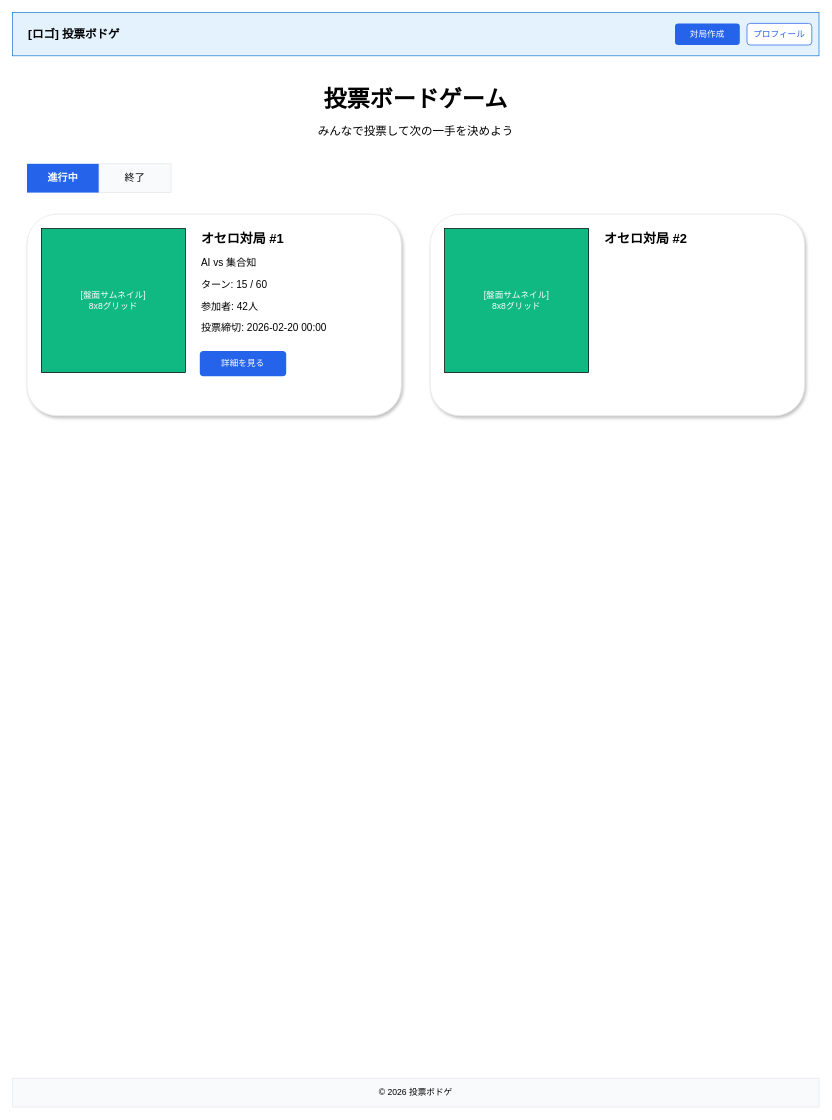
Before: docs/wireframes/01-top-page.drawio in satoshi256kbyte/vote-board-game, a draw.io diagram. Source tidied: cells renumbered, new cells numbered last; positions are measured from the earlier drawing's top-left corner, leaving out a move shared by most shapes. Both pictures are drawn from the tidied source at 72%, with x=0, y=0 at pixel (12, 12).
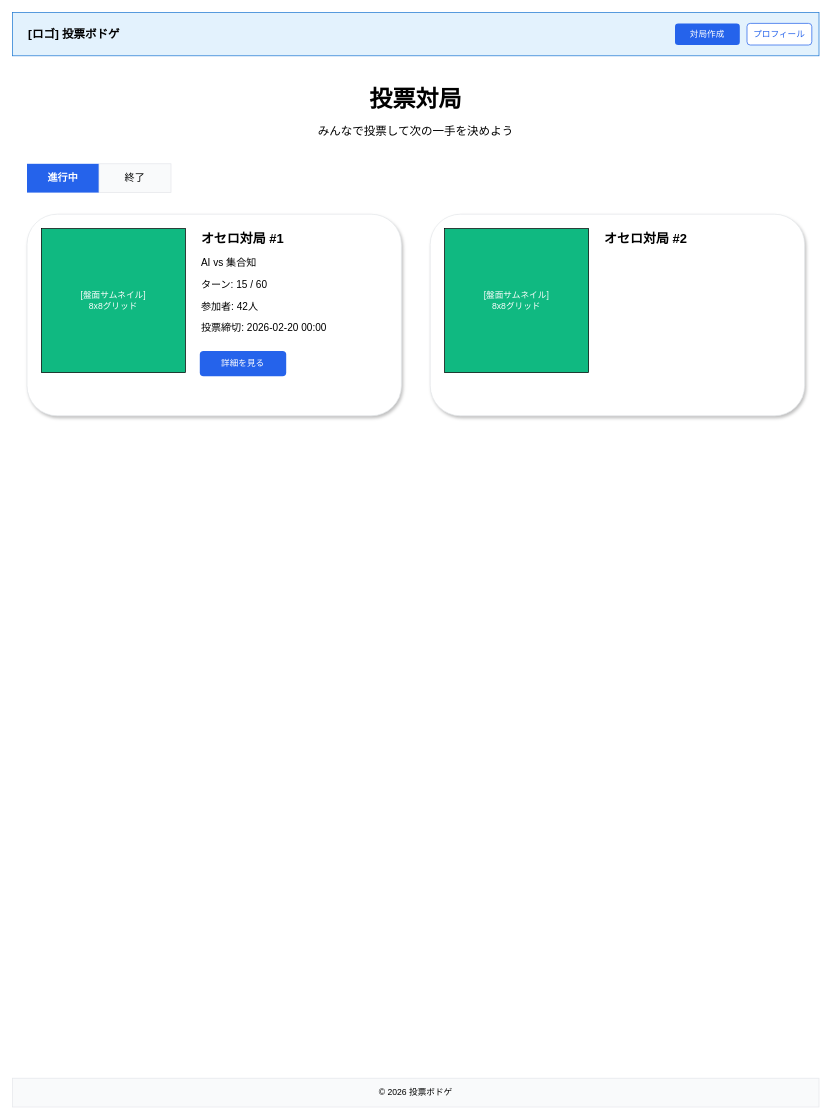
The same page after the edit.

What changed in the source:
```diff
@@
-    <mxCell id="6" value="投票ボードゲーム" style="text;html=1;strokeColor=none;fillColor=none;align=center;verticalAlign=middle;whiteSpace=wrap;rounded=0;fontSize=32;fontStyle=1;" parent="1" vertex="1">
+    <mxCell id="6" value="投票対局" style="text;html=1;strokeColor=none;fillColor=none;align=center;verticalAlign=middle;whiteSpace=wrap;rounded=0;fontSize=32;fontStyle=1;" parent="1" vertex="1">
       <mxGeometry x="360" y="100" width="400" height="40" as="geometry" />
     </mxCell>
```
